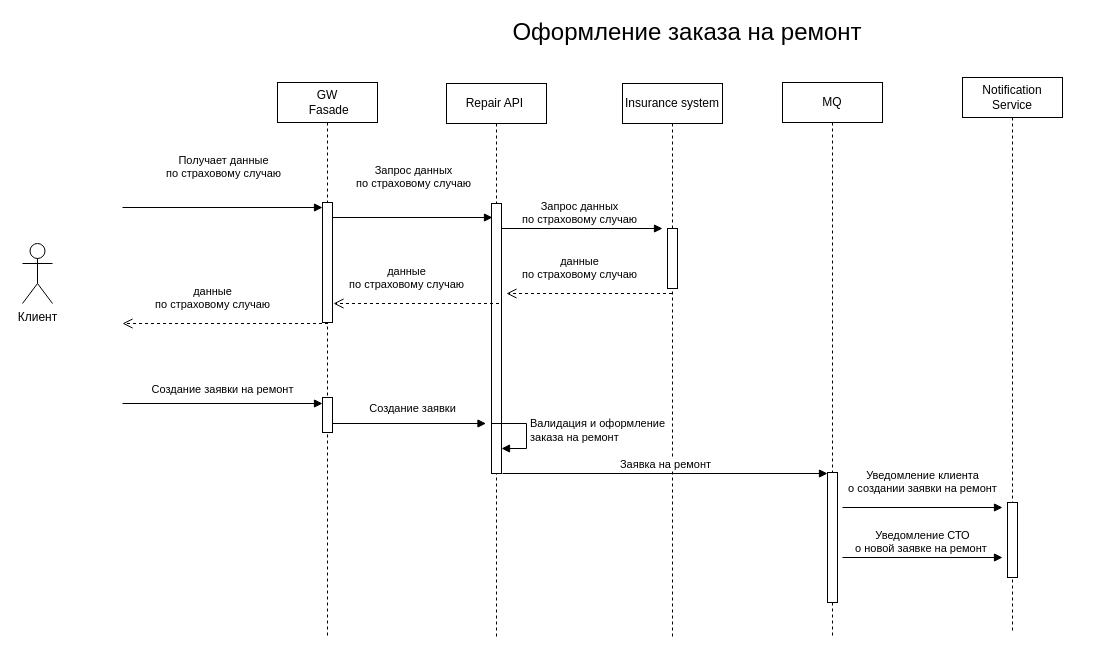
This is 2.Solution/5_1 Sequence_Diagramm.drawio from samsonovsa/OtusArhitectureFinalProject, a draw.io file, before an edit. Source tidied: cells renumbered, new cells numbered last; positions are measured from the earlier drawing's top-left corner, leaving out a move shared by most shapes. Both pictures are drawn from the tidied source at 100%, with x=0, y=0 at pixel (22, 17).
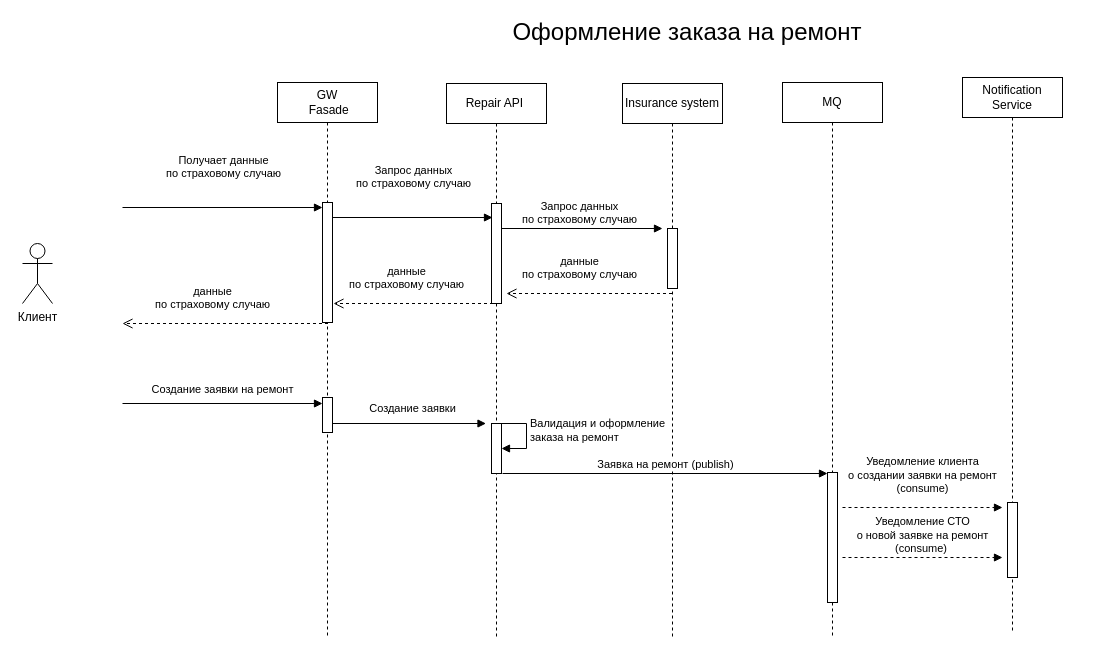
The same page after the edit.

Commit message (it also covers changes not shown here):
update sequence diagrams

The change refers to these unchanged cells:
```xml
<mxCell id="5" style="html=1;points=[[0,0,0,0,5],[0,1,0,0,-5],[1,0,0,0,5],[1,1,0,0,-5]];perimeter=orthogonalPerimeter;outlineConnect=0;targetShapes=umlLifeline;portConstraint=eastwest;newEdgeStyle={&quot;curved&quot;:0,&quot;rounded&quot;:0};" parent="4" vertex="1">
  <mxGeometry x="45" y="390" width="10" height="130" as="geometry" />
</mxCell>
<mxCell id="11" value="Repair API&amp;nbsp;" style="shape=umlLifeline;perimeter=lifelinePerimeter;whiteSpace=wrap;html=1;newEdgeStyle={&quot;curved&quot;:0,&quot;rounded&quot;:0};" parent="1" vertex="1">
  <mxGeometry x="424" y="66" width="100" height="554" as="geometry" />
</mxCell>
```

Diff of the diagram source:
```diff
@@
     <mxCell id="12" style="html=1;perimeter=orthogonalPerimeter;targetShapes=umlLifeline;newEdgeStyle={&quot;curved&quot;:0,&quot;rounded&quot;:0};" parent="11" vertex="1">
-      <mxGeometry x="45" y="120" width="10" height="270" as="geometry" />
+      <mxGeometry x="45" y="120" width="10" height="100" as="geometry" />
     </mxCell>
@@
-    <mxCell id="25" value="Заявка на ремонт" style="html=1;verticalAlign=bottom;endArrow=block;curved=0;rounded=0;" parent="1" edge="1" target="5">
+    <mxCell id="25" value="Заявка на ремонт (publish)" style="html=1;verticalAlign=bottom;endArrow=block;curved=0;rounded=0;" parent="1" edge="1" target="5">
       <mxGeometry relative="1" as="geometry">
         <mxPoint x="480" y="456" as="sourcePoint" />
       </mxGeometry>
     </mxCell>
-    <mxCell id="26" value="Уведомление клиента &lt;br&gt;о создании заявки на ремонт" style="html=1;verticalAlign=bottom;endArrow=block;curved=0;rounded=0;" parent="1" edge="1">
+    <mxCell id="26" value="Уведомление клиента &lt;br&gt;о создании заявки на ремонт&lt;br&gt;(consume)" style="html=1;verticalAlign=bottom;endArrow=block;curved=0;rounded=0;dashed=1;" parent="1" edge="1">
       <mxGeometry y="10" relative="1" as="geometry">
         <mxPoint x="820" y="490" as="sourcePoint" />
         <mxPoint x="980" y="490" as="targetPoint" />
       </mxGeometry>
     </mxCell>
-    <mxCell id="27" value="Уведомление СТО &lt;br&gt;о новой заявке на ремонт&amp;nbsp;" style="html=1;verticalAlign=bottom;endArrow=block;curved=0;rounded=0;" parent="1" edge="1">
+    <mxCell id="27" value="Уведомление СТО &lt;br&gt;о новой заявке на ремонт&lt;br&gt;(consume)&amp;nbsp;" style="html=1;verticalAlign=bottom;endArrow=block;curved=0;rounded=0;dashed=1;" parent="1" edge="1">
       <mxGeometry relative="1" as="geometry">
         <mxPoint x="820" y="540" as="sourcePoint" />
         <mxPoint x="980" y="540" as="targetPoint" />
       </mxGeometry>
     </mxCell>
```
